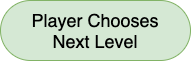
Before: Communicating Architecture/UML Activity Diagram/Activity Diagram.png, a diagram exported from draw.io (smitbmx/Architecture-Diagrams). Source tidied: cells renumbered, new cells last; positions are measured from the earlier drawing's top-left corner, leaving out a move shared by most shapes. The source it was exported from:
```xml
<mxGraphModel>
  <root>
    <mxCell id="0" />
    <mxCell id="1" parent="0" />
    <mxCell id="2" value="Player Chooses&lt;br&gt;Next Level" style="rounded=1;whiteSpace=wrap;html=1;fontSize=18;strokeWidth=1;fillColor=#d5e8d4;strokeColor=#82b366;arcSize=50;" parent="1" vertex="1">
      <mxGeometry width="190" height="60" as="geometry" />
    </mxCell>
  </root>
</mxGraphModel>
```
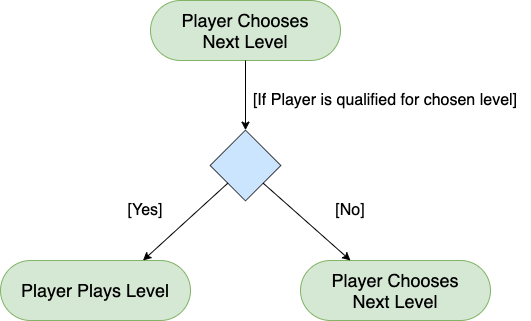
Later version of the same file.

The edit, as a diff of the source:
```diff
@@ -5,5 +5,34 @@
     <mxCell id="2" value="Player Chooses&lt;br&gt;Next Level" style="rounded=1;whiteSpace=wrap;html=1;fontSize=18;strokeWidth=1;fillColor=#d5e8d4;strokeColor=#82b366;arcSize=50;" parent="1" vertex="1">
       <mxGeometry width="190" height="60" as="geometry" />
     </mxCell>
+    <mxCell id="3" value="Player Plays Level" style="rounded=1;whiteSpace=wrap;html=1;fontSize=18;strokeWidth=1;fillColor=#d5e8d4;strokeColor=#82b366;arcSize=50;" parent="1" vertex="1">
+      <mxGeometry x="-150" y="260" width="190" height="60" as="geometry" />
+    </mxCell>
+    <mxCell id="4" value="Player Chooses&lt;br&gt;Next Level" style="rounded=1;whiteSpace=wrap;html=1;fontSize=18;strokeWidth=1;fillColor=#d5e8d4;strokeColor=#82b366;arcSize=50;" parent="1" vertex="1">
+      <mxGeometry x="150" y="260" width="190" height="60" as="geometry" />
+    </mxCell>
+    <mxCell id="5" style="whiteSpace=wrap;html=1;rotation=45;fillColor=#cce5ff;strokeColor=#36393d;" parent="1" vertex="1">
+      <mxGeometry x="70" y="140" width="50" height="50" as="geometry" />
+    </mxCell>
+    <mxCell id="6" style="endArrow=classic;html=1;exitX=0.5;exitY=1;exitDx=0;exitDy=0;entryX=0;entryY=0;entryDx=0;entryDy=0;" parent="1" edge="1" source="2" target="5">
+      <mxGeometry relative="1" as="geometry" />
+    </mxCell>
+    <mxCell id="7" style="endArrow=classic;html=1;exitX=1;exitY=0.5;exitDx=0;exitDy=0;" parent="1" edge="1" source="5">
+      <mxGeometry relative="1" as="geometry">
+        <mxPoint x="200" y="260" as="targetPoint" />
+      </mxGeometry>
+    </mxCell>
+    <mxCell id="8" style="endArrow=classic;html=1;exitX=0.5;exitY=1;exitDx=0;exitDy=0;entryX=0.75;entryY=0;entryDx=0;entryDy=0;" parent="1" edge="1" source="5" target="3">
+      <mxGeometry relative="1" as="geometry" />
+    </mxCell>
+    <mxCell id="9" value="&lt;font style=&quot;font-size: 16px&quot;&gt;[If Player is qualified for chosen level]&lt;/font&gt;" style="text;html=1;strokeColor=none;fillColor=none;align=center;verticalAlign=middle;whiteSpace=wrap;rounded=0;" parent="1" vertex="1">
+      <mxGeometry x="90" y="80" width="290" height="40" as="geometry" />
+    </mxCell>
+    <mxCell id="10" value="&lt;font style=&quot;font-size: 16px&quot;&gt;[Yes]&lt;/font&gt;" style="text;html=1;strokeColor=none;fillColor=none;align=center;verticalAlign=middle;whiteSpace=wrap;rounded=0;" parent="1" vertex="1">
+      <mxGeometry x="-40" y="190" width="70" height="40" as="geometry" />
+    </mxCell>
+    <mxCell id="11" value="&lt;font style=&quot;font-size: 16px&quot;&gt;[No]&lt;/font&gt;" style="text;html=1;strokeColor=none;fillColor=none;align=center;verticalAlign=middle;whiteSpace=wrap;rounded=0;" parent="1" vertex="1">
+      <mxGeometry x="170" y="190" width="60" height="40" as="geometry" />
+    </mxCell>
   </root>
 </mxGraphModel>
```
